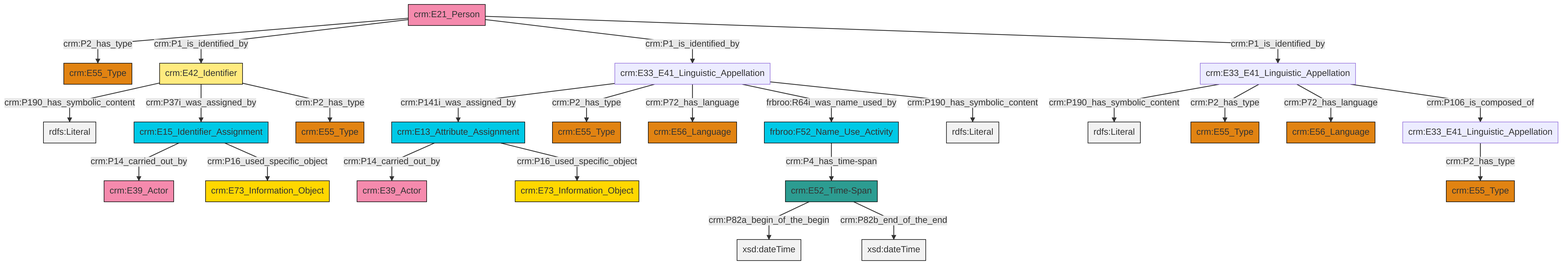
Above: et/personCSV/ttl/mmd/png/Person_Names_and_Classification.png in swiss-art-research-net/reference-data-models (Mermaid), before the change. Its source is kept beside it as et/personCSV/ttl/mmd/Person_Names_and_Classification.ttl.mmd. The source it was exported from:
```mermaid
graph TD
classDef Literal fill:#f2f2f2,stroke:#000000;
classDef CRM_Entity fill:#FFFFFF,stroke:#000000;
classDef Temporal_Entity fill:#00C9E6, stroke:#000000;
classDef Type fill:#E18312, stroke:#000000;
classDef Time-Span fill:#2C9C91, stroke:#000000;
classDef Appellation fill:#FFEB7F, stroke:#000000;
classDef Place fill:#008836, stroke:#000000;
classDef Persistent_Item fill:#B266B2, stroke:#000000;
classDef Conceptual_Object fill:#FFD700, stroke:#000000;
classDef Physical_Thing fill:#D2B48C, stroke:#000000;
classDef Actor fill:#f58aad, stroke:#000000;
classDef PC_Classes fill:#4ce600, stroke:#000000;
classDef Multi fill:#cccccc,stroke:#000000;

0["crm:E33_E41_Linguistic_Appellation"]:::Default -->|crm:P190_has_symbolic_content| 1[rdfs:Literal]:::Literal
2["crm:E33_E41_Linguistic_Appellation"]:::Default -->|crm:P141i_was_assigned_by| 3["crm:E13_Attribute_Assignment"]:::Temporal_Entity
4["crm:E42_Identifier"]:::Appellation -->|crm:P190_has_symbolic_content| 5[rdfs:Literal]:::Literal
6["crm:E52_Time-Span"]:::Time-Span -->|crm:P82a_begin_of_the_begin| 7[xsd:dateTime]:::Literal
8["crm:E15_Identifier_Assignment"]:::Temporal_Entity -->|crm:P14_carried_out_by| 12["crm:E39_Actor"]:::Actor
6["crm:E52_Time-Span"]:::Time-Span -->|crm:P82b_end_of_the_end| 15[xsd:dateTime]:::Literal
20["crm:E33_E41_Linguistic_Appellation"]:::Default -->|crm:P2_has_type| 21["crm:E55_Type"]:::Type
4["crm:E42_Identifier"]:::Appellation -->|crm:P37i_was_assigned_by| 8["crm:E15_Identifier_Assignment"]:::Temporal_Entity
13["crm:E21_Person"]:::Actor -->|crm:P2_has_type| 25["crm:E55_Type"]:::Type
0["crm:E33_E41_Linguistic_Appellation"]:::Default -->|crm:P2_has_type| 28["crm:E55_Type"]:::Type
2["crm:E33_E41_Linguistic_Appellation"]:::Default -->|crm:P2_has_type| 30["crm:E55_Type"]:::Type
4["crm:E42_Identifier"]:::Appellation -->|crm:P2_has_type| 31["crm:E55_Type"]:::Type
13["crm:E21_Person"]:::Actor -->|crm:P1_is_identified_by| 4["crm:E42_Identifier"]:::Appellation
2["crm:E33_E41_Linguistic_Appellation"]:::Default -->|crm:P72_has_language| 26["crm:E56_Language"]:::Type
13["crm:E21_Person"]:::Actor -->|crm:P1_is_identified_by| 2["crm:E33_E41_Linguistic_Appellation"]:::Default
8["crm:E15_Identifier_Assignment"]:::Temporal_Entity -->|crm:P16_used_specific_object| 37["crm:E73_Information_Object"]:::Conceptual_Object
0["crm:E33_E41_Linguistic_Appellation"]:::Default -->|crm:P72_has_language| 23["crm:E56_Language"]:::Type
3["crm:E13_Attribute_Assignment"]:::Temporal_Entity -->|crm:P14_carried_out_by| 10["crm:E39_Actor"]:::Actor
2["crm:E33_E41_Linguistic_Appellation"]:::Default -->|frbroo:R64i_was_name_used_by| 16["frbroo:F52_Name_Use_Activity"]:::Temporal_Entity
2["crm:E33_E41_Linguistic_Appellation"]:::Default -->|crm:P190_has_symbolic_content| 39[rdfs:Literal]:::Literal
13["crm:E21_Person"]:::Actor -->|crm:P1_is_identified_by| 0["crm:E33_E41_Linguistic_Appellation"]:::Default
16["frbroo:F52_Name_Use_Activity"]:::Temporal_Entity -->|crm:P4_has_time-span| 6["crm:E52_Time-Span"]:::Time-Span
3["crm:E13_Attribute_Assignment"]:::Temporal_Entity -->|crm:P16_used_specific_object| 18["crm:E73_Information_Object"]:::Conceptual_Object
0["crm:E33_E41_Linguistic_Appellation"]:::Default -->|crm:P106_is_composed_of| 20["crm:E33_E41_Linguistic_Appellation"]:::Default
```
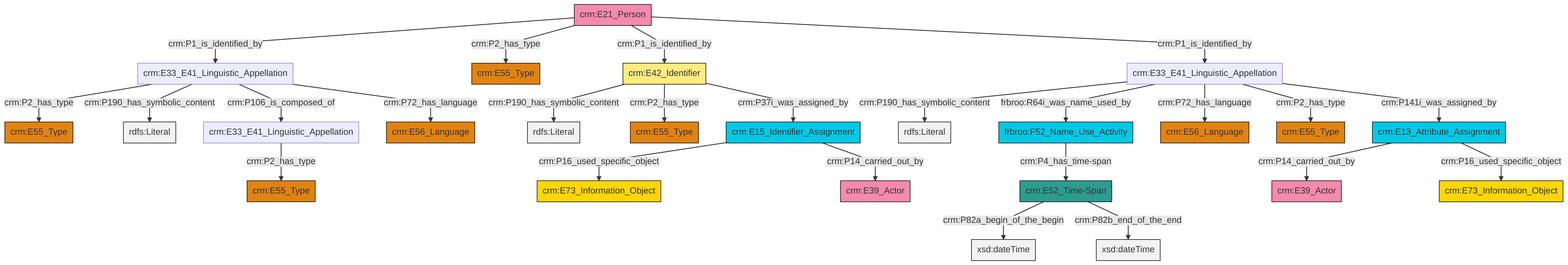
The same diagram one commit later.

What changed in the source:
```diff
@@ -13,27 +13,27 @@
 classDef PC_Classes fill:#4ce600, stroke:#000000;
 classDef Multi fill:#cccccc,stroke:#000000;
 
-0["crm:E33_E41_Linguistic_Appellation"]:::Default -->|crm:P190_has_symbolic_content| 1[rdfs:Literal]:::Literal
-2["crm:E33_E41_Linguistic_Appellation"]:::Default -->|crm:P141i_was_assigned_by| 3["crm:E13_Attribute_Assignment"]:::Temporal_Entity
-4["crm:E42_Identifier"]:::Appellation -->|crm:P190_has_symbolic_content| 5[rdfs:Literal]:::Literal
-6["crm:E52_Time-Span"]:::Time-Span -->|crm:P82a_begin_of_the_begin| 7[xsd:dateTime]:::Literal
-8["crm:E15_Identifier_Assignment"]:::Temporal_Entity -->|crm:P14_carried_out_by| 12["crm:E39_Actor"]:::Actor
-6["crm:E52_Time-Span"]:::Time-Span -->|crm:P82b_end_of_the_end| 15[xsd:dateTime]:::Literal
-20["crm:E33_E41_Linguistic_Appellation"]:::Default -->|crm:P2_has_type| 21["crm:E55_Type"]:::Type
-4["crm:E42_Identifier"]:::Appellation -->|crm:P37i_was_assigned_by| 8["crm:E15_Identifier_Assignment"]:::Temporal_Entity
-13["crm:E21_Person"]:::Actor -->|crm:P2_has_type| 25["crm:E55_Type"]:::Type
-0["crm:E33_E41_Linguistic_Appellation"]:::Default -->|crm:P2_has_type| 28["crm:E55_Type"]:::Type
-2["crm:E33_E41_Linguistic_Appellation"]:::Default -->|crm:P2_has_type| 30["crm:E55_Type"]:::Type
-4["crm:E42_Identifier"]:::Appellation -->|crm:P2_has_type| 31["crm:E55_Type"]:::Type
-13["crm:E21_Person"]:::Actor -->|crm:P1_is_identified_by| 4["crm:E42_Identifier"]:::Appellation
-2["crm:E33_E41_Linguistic_Appellation"]:::Default -->|crm:P72_has_language| 26["crm:E56_Language"]:::Type
-13["crm:E21_Person"]:::Actor -->|crm:P1_is_identified_by| 2["crm:E33_E41_Linguistic_Appellation"]:::Default
-8["crm:E15_Identifier_Assignment"]:::Temporal_Entity -->|crm:P16_used_specific_object| 37["crm:E73_Information_Object"]:::Conceptual_Object
-0["crm:E33_E41_Linguistic_Appellation"]:::Default -->|crm:P72_has_language| 23["crm:E56_Language"]:::Type
-3["crm:E13_Attribute_Assignment"]:::Temporal_Entity -->|crm:P14_carried_out_by| 10["crm:E39_Actor"]:::Actor
-2["crm:E33_E41_Linguistic_Appellation"]:::Default -->|frbroo:R64i_was_name_used_by| 16["frbroo:F52_Name_Use_Activity"]:::Temporal_Entity
-2["crm:E33_E41_Linguistic_Appellation"]:::Default -->|crm:P190_has_symbolic_content| 39[rdfs:Literal]:::Literal
-13["crm:E21_Person"]:::Actor -->|crm:P1_is_identified_by| 0["crm:E33_E41_Linguistic_Appellation"]:::Default
-16["frbroo:F52_Name_Use_Activity"]:::Temporal_Entity -->|crm:P4_has_time-span| 6["crm:E52_Time-Span"]:::Time-Span
-3["crm:E13_Attribute_Assignment"]:::Temporal_Entity -->|crm:P16_used_specific_object| 18["crm:E73_Information_Object"]:::Conceptual_Object
-0["crm:E33_E41_Linguistic_Appellation"]:::Default -->|crm:P106_is_composed_of| 20["crm:E33_E41_Linguistic_Appellation"]:::Default
+0["crm:E21_Person"]:::Actor -->|crm:P1_is_identified_by| 1["crm:E33_E41_Linguistic_Appellation"]:::Default
+0["crm:E21_Person"]:::Actor -->|crm:P2_has_type| 4["crm:E55_Type"]:::Type
+5["crm:E33_E41_Linguistic_Appellation"]:::Default -->|crm:P190_has_symbolic_content| 6[rdfs:Literal]:::Literal
+1["crm:E33_E41_Linguistic_Appellation"]:::Default -->|crm:P2_has_type| 9["crm:E55_Type"]:::Type
+10["crm:E13_Attribute_Assignment"]:::Temporal_Entity -->|crm:P14_carried_out_by| 11["crm:E39_Actor"]:::Actor
+1["crm:E33_E41_Linguistic_Appellation"]:::Default -->|crm:P190_has_symbolic_content| 17[rdfs:Literal]:::Literal
+7["crm:E15_Identifier_Assignment"]:::Temporal_Entity -->|crm:P16_used_specific_object| 19["crm:E73_Information_Object"]:::Conceptual_Object
+20["crm:E33_E41_Linguistic_Appellation"]:::Default -->|crm:P2_has_type| 14["crm:E55_Type"]:::Type
+5["crm:E33_E41_Linguistic_Appellation"]:::Default -->|frbroo:R64i_was_name_used_by| 12["frbroo:F52_Name_Use_Activity"]:::Temporal_Entity
+5["crm:E33_E41_Linguistic_Appellation"]:::Default -->|crm:P72_has_language| 25["crm:E56_Language"]:::Type
+5["crm:E33_E41_Linguistic_Appellation"]:::Default -->|crm:P2_has_type| 26["crm:E55_Type"]:::Type
+0["crm:E21_Person"]:::Actor -->|crm:P1_is_identified_by| 27["crm:E42_Identifier"]:::Appellation
+10["crm:E13_Attribute_Assignment"]:::Temporal_Entity -->|crm:P16_used_specific_object| 34["crm:E73_Information_Object"]:::Conceptual_Object
+5["crm:E33_E41_Linguistic_Appellation"]:::Default -->|crm:P141i_was_assigned_by| 10["crm:E13_Attribute_Assignment"]:::Temporal_Entity
+27["crm:E42_Identifier"]:::Appellation -->|crm:P190_has_symbolic_content| 35[rdfs:Literal]:::Literal
+0["crm:E21_Person"]:::Actor -->|crm:P1_is_identified_by| 5["crm:E33_E41_Linguistic_Appellation"]:::Default
+22["crm:E52_Time-Span"]:::Time-Span -->|crm:P82a_begin_of_the_begin| 39[xsd:dateTime]:::Literal
+27["crm:E42_Identifier"]:::Appellation -->|crm:P2_has_type| 40["crm:E55_Type"]:::Type
+7["crm:E15_Identifier_Assignment"]:::Temporal_Entity -->|crm:P14_carried_out_by| 28["crm:E39_Actor"]:::Actor
+1["crm:E33_E41_Linguistic_Appellation"]:::Default -->|crm:P106_is_composed_of| 20["crm:E33_E41_Linguistic_Appellation"]:::Default
+1["crm:E33_E41_Linguistic_Appellation"]:::Default -->|crm:P72_has_language| 2["crm:E56_Language"]:::Type
+22["crm:E52_Time-Span"]:::Time-Span -->|crm:P82b_end_of_the_end| 45[xsd:dateTime]:::Literal
+27["crm:E42_Identifier"]:::Appellation -->|crm:P37i_was_assigned_by| 7["crm:E15_Identifier_Assignment"]:::Temporal_Entity
+12["frbroo:F52_Name_Use_Activity"]:::Temporal_Entity -->|crm:P4_has_time-span| 22["crm:E52_Time-Span"]:::Time-Span
```
